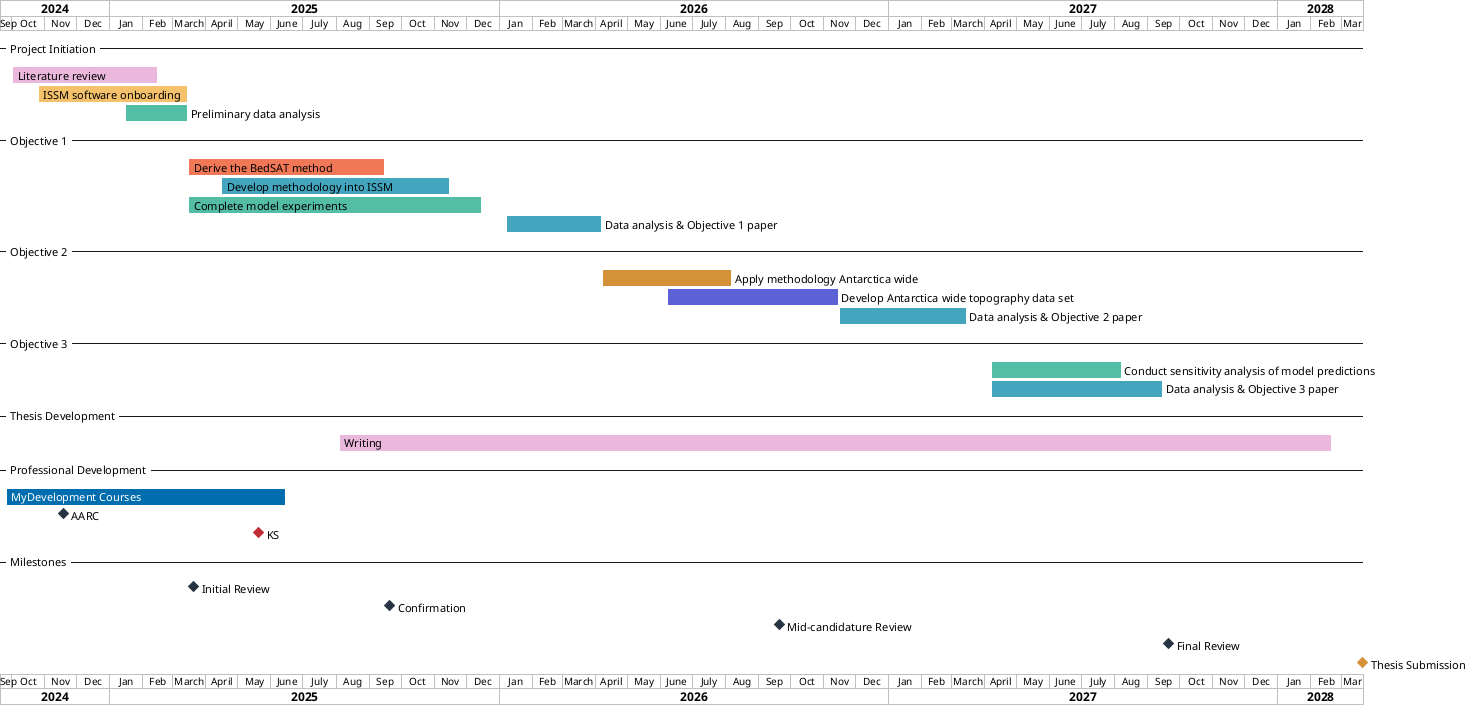
Earlier version of the PlantUML export write/timeline.png (anabanami/BEDSAT).
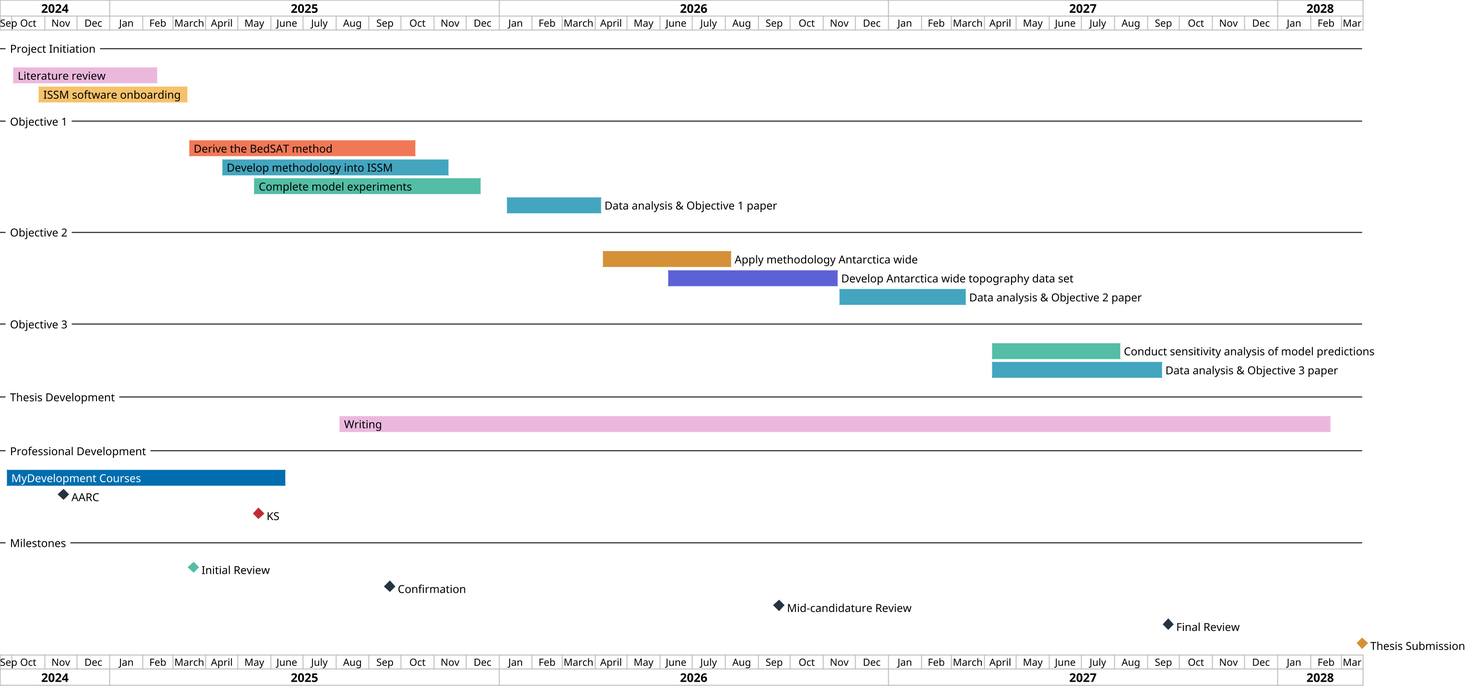
After the change.

Commit message:
introduction edits. Added higher dpi timeline

What changed in the source:
```diff
@@ -1,5 +1,5 @@
 @startgantt
-skinparam TaskCornerShape 30
+skinparam dpi 200
 project starts 2024-09-20
 printscale monthly
 
@@ -8,17 +8,17 @@
 [LR] is colored in #ebb8dd
 [ISSM software onboarding] as [ISO] starts 2024-10-25 and ends 2025-03-15
 [ISO] is colored in #f5c26b
-[Preliminary data analysis] as [PDA] starts 2025-01-15 and ends 2025-03-15
-[PDA] is colored in #53bda5
+
 -- Objective 1 --
-[Derive the BedSAT method] as [DBM] starts 2025-03-15 and ends 2025-09-15
+[Derive the BedSAT method] as [DBM] starts 2025-03-15 and ends 2025-10-15
 [DBM] is colored in #f07857
 [Develop methodology into ISSM] as [DAM] starts 2025-04-15 and ends 2025-11-15
 [DAM] is colored in #43a5be
-[Complete model experiments] as [CME] starts 2025-03-15 and ends 2025-12-15
+[Complete model experiments] as [CME] starts 2025-05-15 and ends 2025-12-15
 [CME] is colored in #53bda5
 [Data analysis & Objective 1 paper] as [DAO1] starts 2026-01-07 and ends 2026-04-07
 [DAO1] is colored in #43a5be
+
 -- Objective 2 --
 [Apply methodology Antarctica wide] as [DAMAW] starts 2026-04-07 and ends 2026-08-07
 [DAMAW] is colored in #d49137
@@ -43,7 +43,7 @@
 
 -- Milestones --
 [Initial Review] as [IR] happens 2025-03-20
-[IR] is colored in #253342
+[IR] is colored in #53bda5
 [Confirmation] as [C] happens 2025-09-20
 [C] is colored in #253342
 [Mid-candidature Review] as [MCR] happens 2026-09-20
```
